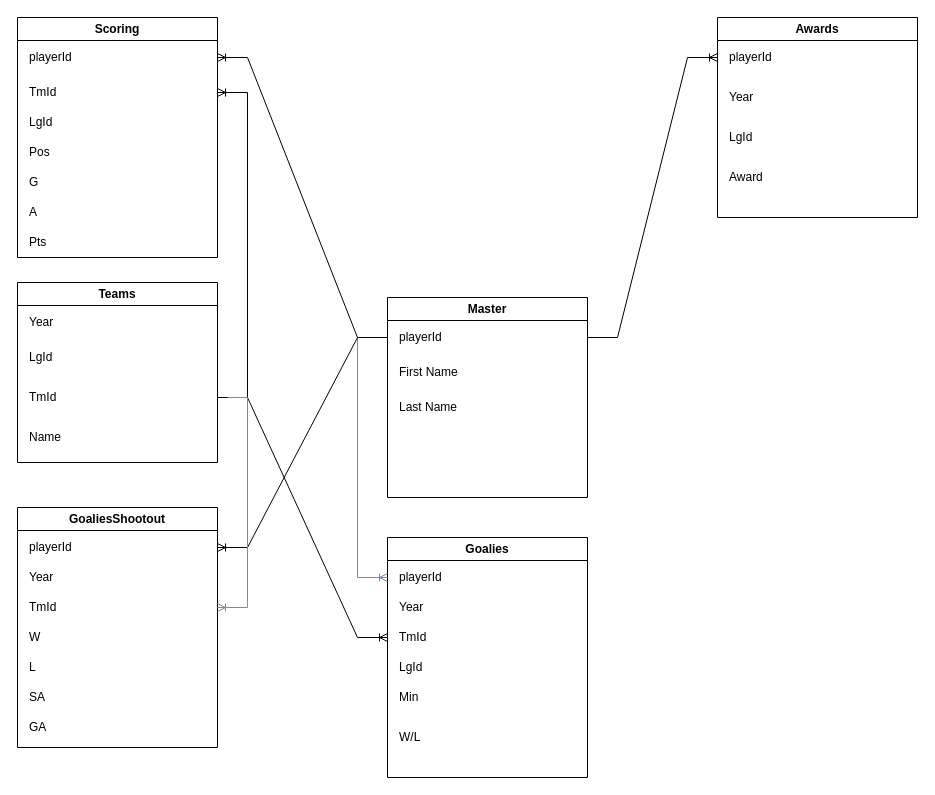
This is Untitled Diagram.drawio from itudb2241/itudb2241, a draw.io file, before an edit. Source tidied: cells renumbered, new cells numbered last; positions are measured from the earlier drawing's top-left corner, leaving out a move shared by most shapes. Both pictures are drawn from the tidied source at 100%, with x=0, y=0 at pixel (17, 17).
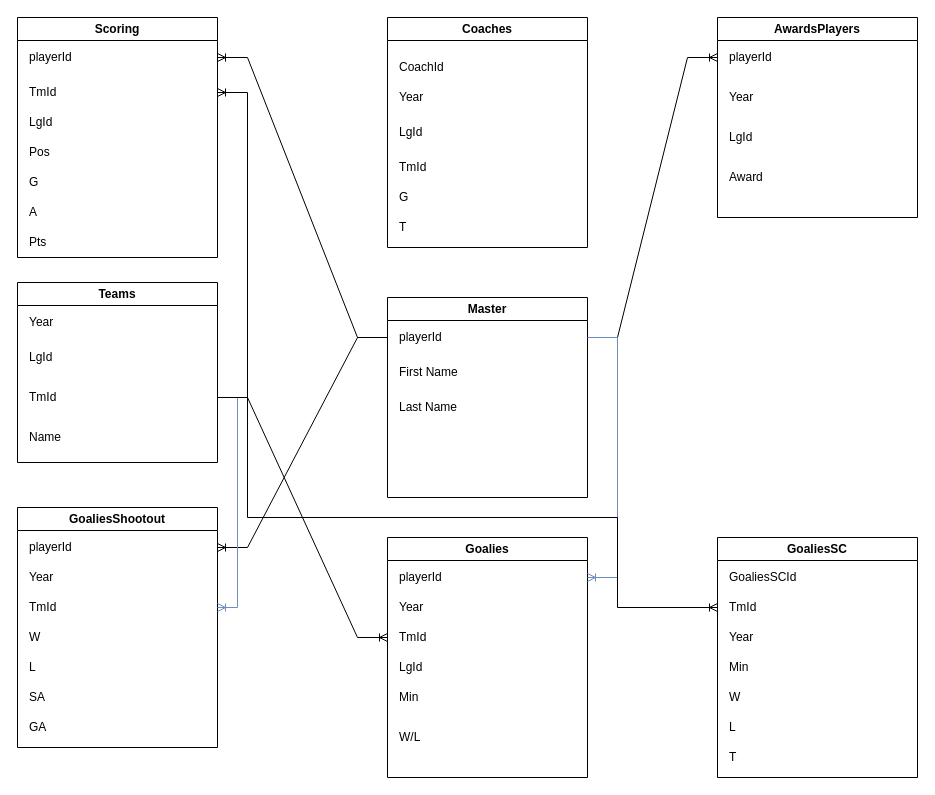
The same page after the edit.

Commit message:
Coaches, Goalies SC Tables

Unchanged cells that the change refers to:
```xml
<mxCell id="14" value="TmId" style="text;html=1;strokeColor=none;fillColor=none;align=left;verticalAlign=middle;whiteSpace=wrap;rounded=0;spacingLeft=10;" parent="11" vertex="1">
  <mxGeometry y="95" width="200" height="40" as="geometry" />
</mxCell>
<mxCell id="17" value="playerId" style="text;html=1;strokeColor=none;fillColor=none;align=left;verticalAlign=middle;whiteSpace=wrap;rounded=0;spacingLeft=10;" parent="16" vertex="1">
  <mxGeometry y="20" width="200" height="40" as="geometry" />
</mxCell>
<mxCell id="28" value="playerId" style="text;html=1;strokeColor=none;fillColor=none;align=left;verticalAlign=middle;whiteSpace=wrap;rounded=0;spacingLeft=10;" parent="27" vertex="1">
  <mxGeometry y="20" width="200" height="40" as="geometry" />
</mxCell>
<mxCell id="39" value="TmId" style="text;html=1;strokeColor=none;fillColor=none;align=left;verticalAlign=middle;whiteSpace=wrap;rounded=0;spacingLeft=10;" parent="36" vertex="1">
  <mxGeometry y="80" width="200" height="40" as="geometry" />
</mxCell>
```

What changed in the source:
```diff
@@
-    <mxCell id="21" value="Awards" style="swimlane;whiteSpace=wrap;html=1;" parent="1" vertex="1">
+    <mxCell id="21" value="AwardsPlayers" style="swimlane;whiteSpace=wrap;html=1;" parent="1" vertex="1">
       <mxGeometry x="700" width="200" height="200" as="geometry" />
     </mxCell>
@@
-    <mxCell id="35" style="edgeStyle=orthogonalEdgeStyle;fontSize=12;html=1;endArrow=ERoneToMany;rounded=0;entryX=0;entryY=0.5;entryDx=0;entryDy=0;exitX=0;exitY=0.5;exitDx=0;exitDy=0;fillColor=#dae8fc;strokeColor=#6c8ebf;" parent="1" edge="1" source="17" target="28">
+    <mxCell id="35" style="edgeStyle=orthogonalEdgeStyle;fontSize=12;html=1;endArrow=ERoneToMany;rounded=0;fillColor=#dae8fc;strokeColor=#6c8ebf;exitX=1;exitY=0.5;exitDx=0;exitDy=0;entryX=1;entryY=0.5;entryDx=0;entryDy=0;" parent="1" edge="1" source="17" target="28">
       <mxGeometry x="-1" y="-110" relative="1" as="geometry">
         <Array as="points">
-          <mxPoint x="340" y="320" />
-          <mxPoint x="340" y="560" />
+          <mxPoint x="600" y="320" />
+          <mxPoint x="600" y="560" />
         </Array>
         <mxPoint x="-110" y="-100" as="offset" />
       </mxGeometry>
     </mxCell>
@@
     <mxCell id="45" style="edgeStyle=orthogonalEdgeStyle;fontSize=12;html=1;endArrow=ERoneToMany;rounded=0;entryX=1;entryY=0.5;entryDx=0;entryDy=0;fillColor=#dae8fc;strokeColor=#6c8ebf;" parent="1" edge="1" target="39">
       <mxGeometry relative="1" as="geometry">
         <mxPoint x="210" y="380" as="sourcePoint" />
         <Array as="points">
-          <mxPoint x="230" y="380" />
-          <mxPoint x="230" y="590" />
+          <mxPoint x="220" y="380" />
+          <mxPoint x="220" y="590" />
         </Array>
       </mxGeometry>
     </mxCell>
+    <mxCell id="46" value="GoaliesSC" style="swimlane;whiteSpace=wrap;html=1;" parent="1" vertex="1">
+      <mxGeometry x="700" y="520" width="200" height="240" as="geometry" />
+    </mxCell>
+    <mxCell id="47" value="Year" style="text;html=1;strokeColor=none;fillColor=none;align=left;verticalAlign=middle;whiteSpace=wrap;rounded=0;spacingLeft=10;" parent="46" vertex="1">
+      <mxGeometry y="80" width="200" height="40" as="geometry" />
+    </mxCell>
+    <mxCell id="48" value="Min" style="text;html=1;strokeColor=none;fillColor=none;align=left;verticalAlign=middle;whiteSpace=wrap;rounded=0;spacingLeft=10;" parent="46" vertex="1">
+      <mxGeometry y="110" width="200" height="40" as="geometry" />
+    </mxCell>
+    <mxCell id="49" value="W" style="text;html=1;strokeColor=none;fillColor=none;align=left;verticalAlign=middle;whiteSpace=wrap;rounded=0;spacingLeft=10;" parent="46" vertex="1">
+      <mxGeometry y="140" width="200" height="40" as="geometry" />
+    </mxCell>
+    <mxCell id="50" value="L" style="text;html=1;strokeColor=none;fillColor=none;align=left;verticalAlign=middle;whiteSpace=wrap;rounded=0;spacingLeft=10;" parent="46" vertex="1">
+      <mxGeometry y="170" width="200" height="40" as="geometry" />
+    </mxCell>
+    <mxCell id="51" value="T" style="text;html=1;strokeColor=none;fillColor=none;align=left;verticalAlign=middle;whiteSpace=wrap;rounded=0;spacingLeft=10;" parent="46" vertex="1">
+      <mxGeometry y="200" width="200" height="40" as="geometry" />
+    </mxCell>
+    <mxCell id="52" value="TmId" style="text;html=1;strokeColor=none;fillColor=none;align=left;verticalAlign=middle;whiteSpace=wrap;rounded=0;spacingLeft=10;" parent="46" vertex="1">
+      <mxGeometry y="50" width="200" height="40" as="geometry" />
+    </mxCell>
+    <mxCell id="53" value="GoaliesSCId" style="text;html=1;strokeColor=none;fillColor=none;align=left;verticalAlign=middle;whiteSpace=wrap;rounded=0;spacingLeft=10;" parent="46" vertex="1">
+      <mxGeometry y="20" width="200" height="40" as="geometry" />
+    </mxCell>
+    <mxCell id="54" style="edgeStyle=orthogonalEdgeStyle;fontSize=12;html=1;endArrow=ERoneToMany;rounded=0;exitX=1;exitY=0.5;exitDx=0;exitDy=0;entryX=0;entryY=0.5;entryDx=0;entryDy=0;" parent="1" edge="1" source="14" target="52">
+      <mxGeometry relative="1" as="geometry">
+        <Array as="points">
+          <mxPoint x="230" y="380" />
+          <mxPoint x="230" y="500" />
+          <mxPoint x="600" y="500" />
+          <mxPoint x="600" y="590" />
+        </Array>
+      </mxGeometry>
+    </mxCell>
+    <mxCell id="55" value="Coaches" style="swimlane;whiteSpace=wrap;html=1;" parent="1" vertex="1">
+      <mxGeometry x="370" width="200" height="230" as="geometry" />
+    </mxCell>
+    <mxCell id="56" value="Year" style="text;html=1;strokeColor=none;fillColor=none;align=left;verticalAlign=middle;whiteSpace=wrap;rounded=0;spacingLeft=10;" parent="55" vertex="1">
+      <mxGeometry y="60" width="200" height="40" as="geometry" />
+    </mxCell>
+    <mxCell id="57" value="LgId" style="text;html=1;strokeColor=none;fillColor=none;align=left;verticalAlign=middle;whiteSpace=wrap;rounded=0;spacingLeft=10;" parent="55" vertex="1">
+      <mxGeometry y="95" width="200" height="40" as="geometry" />
+    </mxCell>
+    <mxCell id="58" value="TmId" style="text;html=1;strokeColor=none;fillColor=none;align=left;verticalAlign=middle;whiteSpace=wrap;rounded=0;spacingLeft=10;" parent="55" vertex="1">
+      <mxGeometry y="130" width="200" height="40" as="geometry" />
+    </mxCell>
+    <mxCell id="59" value="G" style="text;html=1;strokeColor=none;fillColor=none;align=left;verticalAlign=middle;whiteSpace=wrap;rounded=0;spacingLeft=10;" parent="55" vertex="1">
+      <mxGeometry y="160" width="200" height="40" as="geometry" />
+    </mxCell>
+    <mxCell id="60" value="T" style="text;html=1;strokeColor=none;fillColor=none;align=left;verticalAlign=middle;whiteSpace=wrap;rounded=0;spacingLeft=10;" parent="55" vertex="1">
+      <mxGeometry y="190" width="200" height="40" as="geometry" />
+    </mxCell>
+    <mxCell id="61" value="CoachId" style="text;html=1;strokeColor=none;fillColor=none;align=left;verticalAlign=middle;whiteSpace=wrap;rounded=0;spacingLeft=10;" parent="55" vertex="1">
+      <mxGeometry y="30" width="200" height="40" as="geometry" />
+    </mxCell>
```
